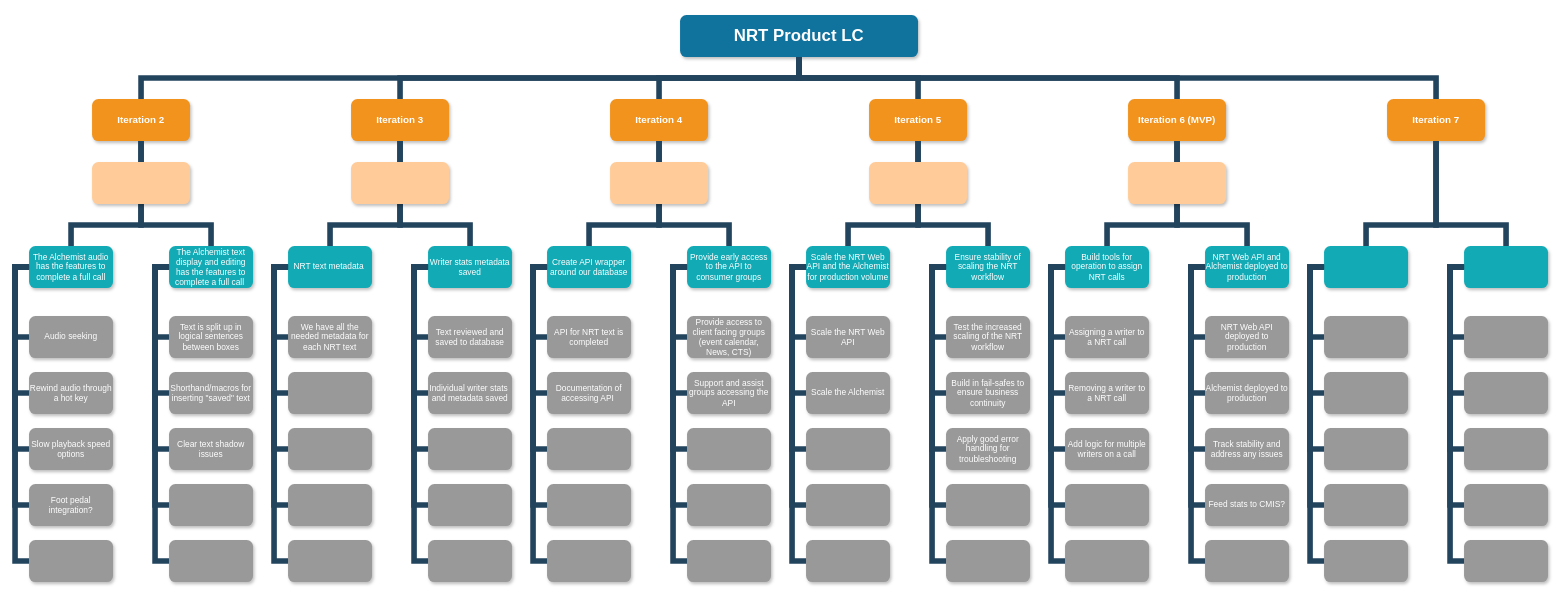
Above: Iteration mapping.drawio in hhlin-factset/NRT (draw.io), before the change. Source tidied: cells renumbered, new cells numbered last; positions are measured from the earlier drawing's top-left corner, leaving out a move shared by most shapes. Both pictures are drawn from the tidied source at 70%, with x=0, y=0 at pixel (15, 15).
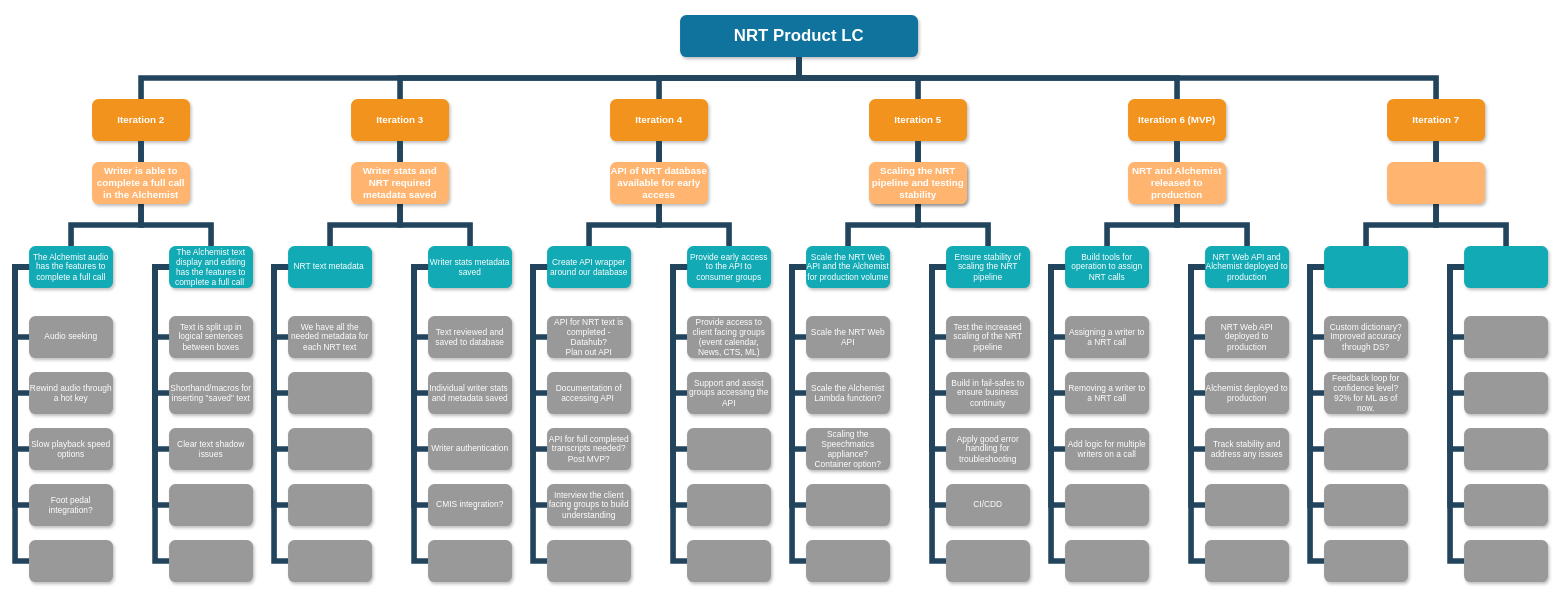
After the change.

Change to the diagram source:
```diff
@@
-    <mxCell id="30" style="whiteSpace=wrap;rounded=1;fillColor=#999999;strokeColor=none;shadow=1;fontColor=#FFFFFF;fontStyle=0;" parent="1" vertex="1">
+    <mxCell id="30" value="Writer authentication" style="whiteSpace=wrap;rounded=1;fillColor=#999999;strokeColor=none;shadow=1;fontColor=#FFFFFF;fontStyle=0;" parent="1" vertex="1">
       <mxGeometry x="590" y="590" width="120" height="60" as="geometry" />
     </mxCell>
-    <mxCell id="31" style="whiteSpace=wrap;rounded=1;fillColor=#999999;strokeColor=none;shadow=1;fontColor=#FFFFFF;fontStyle=0;" parent="1" vertex="1">
+    <mxCell id="31" value="CMIS integration?" style="whiteSpace=wrap;rounded=1;fillColor=#999999;strokeColor=none;shadow=1;fontColor=#FFFFFF;fontStyle=0;" parent="1" vertex="1">
       <mxGeometry x="590" y="670" width="120" height="60" as="geometry" />
     </mxCell>
@@
-    <mxCell id="59" value="API for NRT text is completed" style="whiteSpace=wrap;rounded=1;fillColor=#999999;strokeColor=none;shadow=1;fontColor=#FFFFFF;fontStyle=0;" parent="1" vertex="1">
+    <mxCell id="59" value="API for NRT text is completed - Datahub?&#10;Plan out API" style="whiteSpace=wrap;rounded=1;fillColor=#999999;strokeColor=none;shadow=1;fontColor=#FFFFFF;fontStyle=0;" parent="1" vertex="1">
       <mxGeometry x="760" y="430" width="120" height="60" as="geometry" />
     </mxCell>
@@
-    <mxCell id="61" style="whiteSpace=wrap;rounded=1;fillColor=#999999;strokeColor=none;shadow=1;fontColor=#FFFFFF;fontStyle=0;" parent="1" vertex="1">
+    <mxCell id="61" value="API for full completed transcripts needed?&#10;Post MVP?" style="whiteSpace=wrap;rounded=1;fillColor=#999999;strokeColor=none;shadow=1;fontColor=#FFFFFF;fontStyle=0;" parent="1" vertex="1">
       <mxGeometry x="760" y="590" width="120" height="60" as="geometry" />
     </mxCell>
-    <mxCell id="62" style="whiteSpace=wrap;rounded=1;fillColor=#999999;strokeColor=none;shadow=1;fontColor=#FFFFFF;fontStyle=0;" parent="1" vertex="1">
+    <mxCell id="62" value="Interview the client facing groups to build understanding" style="whiteSpace=wrap;rounded=1;fillColor=#999999;strokeColor=none;shadow=1;fontColor=#FFFFFF;fontStyle=0;" parent="1" vertex="1">
       <mxGeometry x="760" y="670" width="120" height="60" as="geometry" />
     </mxCell>
@@
-    <mxCell id="64" value="Provide access to client facing groups (event calendar, News, CTS)" style="whiteSpace=wrap;rounded=1;fillColor=#999999;strokeColor=none;shadow=1;fontColor=#FFFFFF;fontStyle=0;" parent="1" vertex="1">
+    <mxCell id="64" value="Provide access to client facing groups (event calendar, News, CTS, ML)" style="whiteSpace=wrap;rounded=1;fillColor=#999999;strokeColor=none;shadow=1;fontColor=#FFFFFF;fontStyle=0;" parent="1" vertex="1">
       <mxGeometry x="960" y="430" width="120" height="60" as="geometry" />
     </mxCell>
@@
-    <mxCell id="80" value="Ensure stability of scaling the NRT workflow" style="whiteSpace=wrap;rounded=1;fillColor=#12AAB5;strokeColor=none;shadow=1;fontColor=#FFFFFF;" parent="1" vertex="1">
+    <mxCell id="80" value="Ensure stability of scaling the NRT pipeline" style="whiteSpace=wrap;rounded=1;fillColor=#12AAB5;strokeColor=none;shadow=1;fontColor=#FFFFFF;" parent="1" vertex="1">
       <mxGeometry x="1330" y="330" width="120" height="60" as="geometry" />
     </mxCell>
@@
-    <mxCell id="82" value="Scale the Alchemist" style="whiteSpace=wrap;rounded=1;fillColor=#999999;strokeColor=none;shadow=1;fontColor=#FFFFFF;fontStyle=0;" parent="1" vertex="1">
+    <mxCell id="82" value="Scale the Alchemist&#10;Lambda function?" style="whiteSpace=wrap;rounded=1;fillColor=#999999;strokeColor=none;shadow=1;fontColor=#FFFFFF;fontStyle=0;" parent="1" vertex="1">
       <mxGeometry x="1130" y="510" width="120" height="60" as="geometry" />
     </mxCell>
-    <mxCell id="83" style="whiteSpace=wrap;rounded=1;fillColor=#999999;strokeColor=none;shadow=1;fontColor=#FFFFFF;fontStyle=0;" parent="1" vertex="1">
+    <mxCell id="83" value="Scaling the Speechmatics appliance?&#10;Container option?" style="whiteSpace=wrap;rounded=1;fillColor=#999999;strokeColor=none;shadow=1;fontColor=#FFFFFF;fontStyle=0;" parent="1" vertex="1">
       <mxGeometry x="1130" y="590" width="120" height="60" as="geometry" />
     </mxCell>
@@
-    <mxCell id="86" value="Test the increased scaling of the NRT workflow" style="whiteSpace=wrap;rounded=1;fillColor=#999999;strokeColor=none;shadow=1;fontColor=#FFFFFF;fontStyle=0;" parent="1" vertex="1">
+    <mxCell id="86" value="Test the increased scaling of the NRT pipeline" style="whiteSpace=wrap;rounded=1;fillColor=#999999;strokeColor=none;shadow=1;fontColor=#FFFFFF;fontStyle=0;" parent="1" vertex="1">
       <mxGeometry x="1330" y="430" width="120" height="60" as="geometry" />
     </mxCell>
@@
-    <mxCell id="89" style="whiteSpace=wrap;rounded=1;fillColor=#999999;strokeColor=none;shadow=1;fontColor=#FFFFFF;fontStyle=0;" parent="1" vertex="1">
+    <mxCell id="89" value="CI/CDD" style="whiteSpace=wrap;rounded=1;fillColor=#999999;strokeColor=none;shadow=1;fontColor=#FFFFFF;fontStyle=0;" parent="1" vertex="1">
       <mxGeometry x="1330" y="670" width="120" height="60" as="geometry" />
     </mxCell>
@@
-    <mxCell id="111" value="Feed stats to CMIS?" style="whiteSpace=wrap;rounded=1;fillColor=#999999;strokeColor=none;shadow=1;fontColor=#FFFFFF;fontStyle=0;" parent="1" vertex="1">
+    <mxCell id="111" style="whiteSpace=wrap;rounded=1;fillColor=#999999;strokeColor=none;shadow=1;fontColor=#FFFFFF;fontStyle=0;" parent="1" vertex="1">
       <mxGeometry x="1700" y="670" width="120" height="60" as="geometry" />
     </mxCell>
@@
-    <mxCell id="125" style="whiteSpace=wrap;rounded=1;fillColor=#999999;strokeColor=none;shadow=1;fontColor=#FFFFFF;fontStyle=0;" parent="1" vertex="1">
+    <mxCell id="125" value="Custom dictionary?&#10;Improved accuracy through DS?" style="whiteSpace=wrap;rounded=1;fillColor=#999999;strokeColor=none;shadow=1;fontColor=#FFFFFF;fontStyle=0;" parent="1" vertex="1">
       <mxGeometry x="1870" y="430" width="120" height="60" as="geometry" />
     </mxCell>
-    <mxCell id="126" style="whiteSpace=wrap;rounded=1;fillColor=#999999;strokeColor=none;shadow=1;fontColor=#FFFFFF;fontStyle=0;" parent="1" vertex="1">
+    <mxCell id="126" value="Feedback loop for confidence level?&#10;92% for ML as of now." style="whiteSpace=wrap;rounded=1;fillColor=#999999;strokeColor=none;shadow=1;fontColor=#FFFFFF;fontStyle=0;" parent="1" vertex="1">
       <mxGeometry x="1870" y="510" width="120" height="60" as="geometry" />
     </mxCell>
@@
-    <mxCell id="159" style="whiteSpace=wrap;rounded=1;fillColor=#FFCC99;strokeColor=none;shadow=1;fontColor=#FFFFFF;fontStyle=1;fontSize=14;" parent="1" vertex="1">
+    <mxCell id="159" value="Writer is able to complete a full call in the Alchemist" style="whiteSpace=wrap;rounded=1;fillColor=#FFB570;strokeColor=none;shadow=1;fontColor=#FFFFFF;fontStyle=1;fontSize=14;" parent="1" vertex="1">
       <mxGeometry x="110" y="210" width="140" height="60" as="geometry" />
     </mxCell>
-    <mxCell id="160" style="whiteSpace=wrap;rounded=1;fillColor=#FFCC99;strokeColor=none;shadow=1;fontColor=#FFFFFF;fontStyle=1;fontSize=14;" parent="1" vertex="1">
+    <mxCell id="160" value="Writer stats and NRT required metadata saved" style="whiteSpace=wrap;rounded=1;fillColor=#FFB570;strokeColor=none;shadow=1;fontColor=#FFFFFF;fontStyle=1;fontSize=14;" parent="1" vertex="1">
       <mxGeometry x="480" y="210" width="140" height="60" as="geometry" />
     </mxCell>
-    <mxCell id="161" style="whiteSpace=wrap;rounded=1;fillColor=#FFCC99;strokeColor=none;shadow=1;fontColor=#FFFFFF;fontStyle=1;fontSize=14;" parent="1" vertex="1">
+    <mxCell id="161" value="API of NRT database available for early access" style="whiteSpace=wrap;rounded=1;fillColor=#FFB570;strokeColor=none;shadow=1;fontColor=#FFFFFF;fontStyle=1;fontSize=14;" parent="1" vertex="1">
       <mxGeometry x="850" y="210" width="140" height="60" as="geometry" />
     </mxCell>
@@
-    <mxCell id="163" style="whiteSpace=wrap;rounded=1;fillColor=#FFCC99;strokeColor=none;shadow=1;fontColor=#FFFFFF;fontStyle=1;fontSize=14;" parent="1" vertex="1">
+    <mxCell id="163" value="NRT and Alchemist released to production" style="whiteSpace=wrap;rounded=1;fillColor=#FFB570;strokeColor=none;shadow=1;fontColor=#FFFFFF;fontStyle=1;fontSize=14;" parent="1" vertex="1">
       <mxGeometry x="1590" y="210" width="140" height="60" as="geometry" />
     </mxCell>
+    <mxCell id="164" value="Scaling the NRT pipeline and testing stability" style="whiteSpace=wrap;rounded=1;fillColor=#FFB570;strokeColor=none;shadow=1;fontColor=#FFFFFF;fontStyle=1;fontSize=14;" parent="1" vertex="1">
+      <mxGeometry x="1220" y="210" width="140" height="60" as="geometry" />
+    </mxCell>
+    <mxCell id="165" style="whiteSpace=wrap;rounded=1;fillColor=#FFB570;strokeColor=none;shadow=1;fontColor=#FFFFFF;fontStyle=1;fontSize=14;" parent="1" vertex="1">
+      <mxGeometry x="1960" y="210" width="140" height="60" as="geometry" />
+    </mxCell>
```
